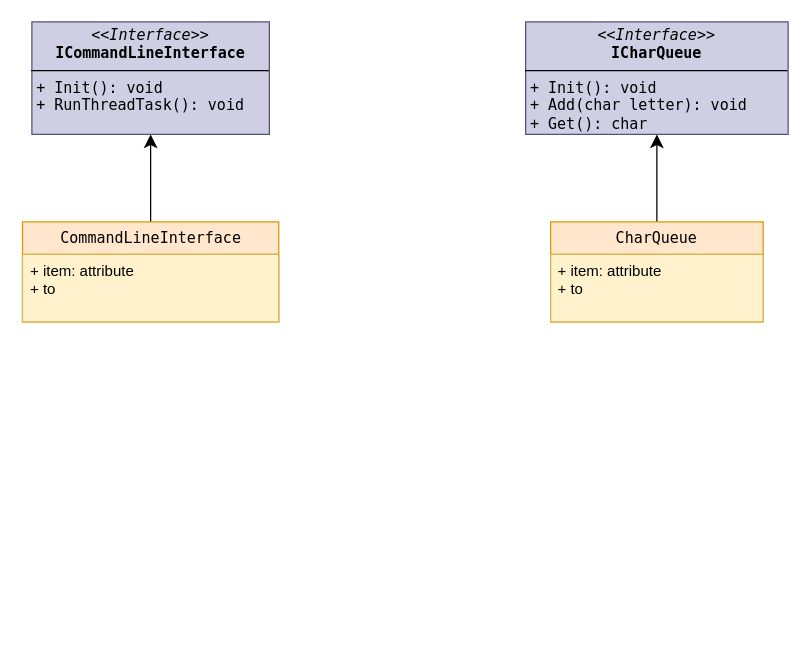
Hitthesurf/music_player keeps this draw.io diagram as docs/Music_Player.drawio. Above is the earlier version. Source tidied: cells renumbered, new cells numbered last; positions are measured from the earlier drawing's top-left corner, leaving out a move shared by most shapes. Both pictures are drawn from the tidied source at 125%, with x=0, y=0 at pixel (22, 21).
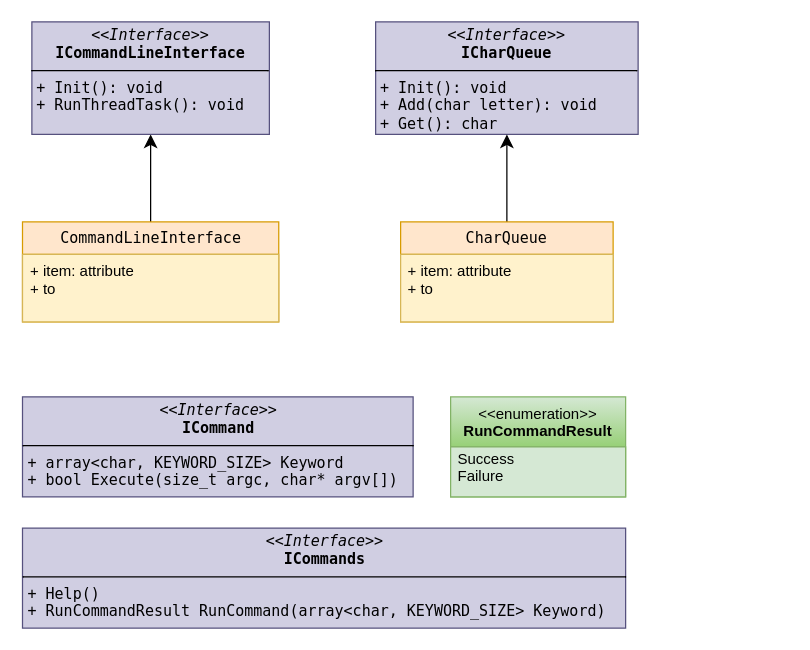
Above is the later version.

Commit message:
Update uml to add a few more interfaces

Change to the diagram source:
```diff
@@
 <mxGraphModel>
   <root>
     <mxCell id="0" />
     <mxCell id="1" parent="0" />
     <mxCell id="2" style="edgeStyle=none;curved=1;rounded=0;jettySize=auto;html=1;fontSize=12;startSize=8;endSize=8;" parent="1" edge="1" source="3" target="5">
       <mxGeometry relative="1" as="geometry" />
     </mxCell>
     <mxCell id="3" value="CommandLineInterface" style="swimlane;fontStyle=0;horizontal=1;startSize=26;fillColor=#ffe6cc;whiteSpace=wrap;html=1;strokeColor=#d79b00;fontFamily=Lucida Console;" parent="1" vertex="1">
       <mxGeometry x="-0.5" y="160" width="205" height="80" as="geometry" />
     </mxCell>
     <mxCell id="4" value="+ item: attribute&lt;div&gt;+ to&lt;/div&gt;" style="text;strokeColor=#d6b656;fillColor=#fff2cc;align=left;verticalAlign=top;spacingLeft=4;spacingRight=4;overflow=hidden;whiteSpace=wrap;html=1;" parent="3" vertex="1">
       <mxGeometry y="26" width="205" height="54" as="geometry" />
     </mxCell>
     <mxCell id="5" value="&lt;p style=&quot;margin:0px;margin-top:4px;text-align:center;&quot;&gt;&lt;i&gt;&amp;lt;&amp;lt;Interface&amp;gt;&amp;gt;&lt;/i&gt;&lt;br&gt;&lt;b style=&quot;&quot;&gt;&lt;font&gt;ICommandLineInterface&lt;/font&gt;&lt;/b&gt;&lt;/p&gt;&lt;hr style=&quot;border-style:solid;&quot; size=&quot;1&quot;&gt;&lt;p style=&quot;margin:0px;margin-left:4px;&quot;&gt;&lt;font&gt;+ Init(): void&lt;br&gt;+ RunThreadTask(): void&lt;/font&gt;&lt;/p&gt;" style="verticalAlign=top;align=left;overflow=fill;html=1;whiteSpace=wrap;fillColor=#d0cee2;strokeColor=#56517e;fontFamily=Lucida Console;" parent="1" vertex="1">
       <mxGeometry x="7" width="190" height="90" as="geometry" />
     </mxCell>
     <mxCell id="6" value="&lt;p style=&quot;margin:0px;margin-top:4px;text-align:center;&quot;&gt;&lt;i&gt;&amp;lt;&amp;lt;Interface&amp;gt;&amp;gt;&lt;/i&gt;&lt;br&gt;&lt;b style=&quot;&quot;&gt;&lt;font&gt;ICharQueue&lt;/font&gt;&lt;/b&gt;&lt;/p&gt;&lt;hr style=&quot;border-style:solid;&quot; size=&quot;1&quot;&gt;&lt;p style=&quot;margin:0px;margin-left:4px;&quot;&gt;&lt;font&gt;+ Init(): void&lt;br&gt;+ Add(char letter): void&lt;/font&gt;&lt;/p&gt;&lt;p style=&quot;margin:0px;margin-left:4px;&quot;&gt;&lt;font&gt;+ Get(): char&lt;/font&gt;&lt;/p&gt;" style="verticalAlign=top;align=left;overflow=fill;html=1;whiteSpace=wrap;fillColor=#d0cee2;strokeColor=#56517e;fontFamily=Lucida Console;" parent="1" vertex="1">
-      <mxGeometry x="402" width="210" height="90" as="geometry" />
+      <mxGeometry x="282" width="210" height="90" as="geometry" />
     </mxCell>
     <mxCell id="7" style="edgeStyle=none;curved=1;rounded=0;jettySize=auto;html=1;fontSize=12;startSize=8;endSize=8;" parent="1" edge="1" source="8" target="6">
       <mxGeometry relative="1" as="geometry" />
     </mxCell>
     <mxCell id="8" value="CharQueue" style="swimlane;fontStyle=0;horizontal=1;startSize=26;fillColor=#ffe6cc;whiteSpace=wrap;html=1;strokeColor=#d79b00;fontFamily=Lucida Console;" parent="1" vertex="1">
-      <mxGeometry x="422" y="160" width="170" height="80" as="geometry" />
+      <mxGeometry x="302" y="160" width="170" height="80" as="geometry" />
     </mxCell>
     <mxCell id="9" value="+ item: attribute&lt;div&gt;+ to&lt;/div&gt;" style="text;strokeColor=#d6b656;fillColor=#fff2cc;align=left;verticalAlign=top;spacingLeft=4;spacingRight=4;overflow=hidden;whiteSpace=wrap;html=1;" parent="8" vertex="1">
       <mxGeometry y="26" width="170" height="54" as="geometry" />
     </mxCell>
+    <mxCell id="10" value="&lt;p style=&quot;margin:0px;margin-top:4px;text-align:center;&quot;&gt;&lt;i&gt;&amp;lt;&amp;lt;Interface&amp;gt;&amp;gt;&lt;/i&gt;&lt;br&gt;&lt;b style=&quot;&quot;&gt;&lt;font&gt;ICommand&lt;/font&gt;&lt;/b&gt;&lt;/p&gt;&lt;hr style=&quot;border-style:solid;&quot; size=&quot;1&quot;&gt;&lt;p style=&quot;margin:0px;margin-left:4px;&quot;&gt;&lt;font&gt;+ array&amp;lt;char, KEYWORD_SIZE&amp;gt; Keyword&lt;br&gt;+ bool Execute(size_t argc, char* argv[])&lt;/font&gt;&lt;/p&gt;" style="verticalAlign=top;align=left;overflow=fill;html=1;whiteSpace=wrap;fillColor=#d0cee2;strokeColor=#56517e;fontFamily=Lucida Console;" parent="1" vertex="1">
+      <mxGeometry x="-0.5" y="300" width="312.5" height="80" as="geometry" />
+    </mxCell>
+    <mxCell id="11" value="&lt;p style=&quot;margin:0px;margin-top:4px;text-align:center;&quot;&gt;&lt;i&gt;&amp;lt;&amp;lt;Interface&amp;gt;&amp;gt;&lt;/i&gt;&lt;br&gt;&lt;b style=&quot;&quot;&gt;&lt;font&gt;ICommands&lt;/font&gt;&lt;/b&gt;&lt;/p&gt;&lt;hr style=&quot;border-style:solid;&quot; size=&quot;1&quot;&gt;&lt;p style=&quot;margin:0px;margin-left:4px;&quot;&gt;&lt;font&gt;+ Help()&lt;br&gt;+ RunCommandResult RunCommand(&lt;/font&gt;&lt;span style=&quot;background-color: transparent; color: light-dark(rgb(0, 0, 0), rgb(255, 255, 255));&quot;&gt;array&amp;lt;char, KEYWORD_SIZE&amp;gt; Keyword&lt;/span&gt;&lt;span style=&quot;background-color: transparent; color: light-dark(rgb(0, 0, 0), rgb(255, 255, 255));&quot;&gt;)&lt;/span&gt;&lt;/p&gt;" style="verticalAlign=top;align=left;overflow=fill;html=1;whiteSpace=wrap;fillColor=#d0cee2;strokeColor=#56517e;fontFamily=Lucida Console;" parent="1" vertex="1">
+      <mxGeometry x="-0.5" y="405" width="482.5" height="80" as="geometry" />
+    </mxCell>
+    <mxCell id="12" value="&amp;lt;&amp;lt;enumeration&amp;gt;&amp;gt;&lt;br&gt;&lt;b&gt;RunCommandResult&lt;/b&gt;" style="swimlane;fontStyle=0;align=center;verticalAlign=top;horizontal=1;startSize=40;html=1;whiteSpace=wrap;fillColor=#d5e8d4;gradientColor=#97d077;strokeColor=#82b366;" parent="1" vertex="1">
+      <mxGeometry x="342" y="300" width="140" height="80" as="geometry" />
+    </mxCell>
+    <mxCell id="13" value="Success&lt;br&gt;&lt;div&gt;Failure&lt;br&gt;&lt;div&gt;&lt;div&gt;&lt;br&gt;&lt;/div&gt;&lt;/div&gt;&lt;/div&gt;" style="text;html=1;strokeColor=#82b366;fillColor=#d5e8d4;align=left;verticalAlign=middle;spacingLeft=4;spacingRight=4;overflow=hidden;whiteSpace=wrap;" parent="12" vertex="1">
+      <mxGeometry y="40" width="140" height="40" as="geometry" />
+    </mxCell>
   </root>
 </mxGraphModel>
```
